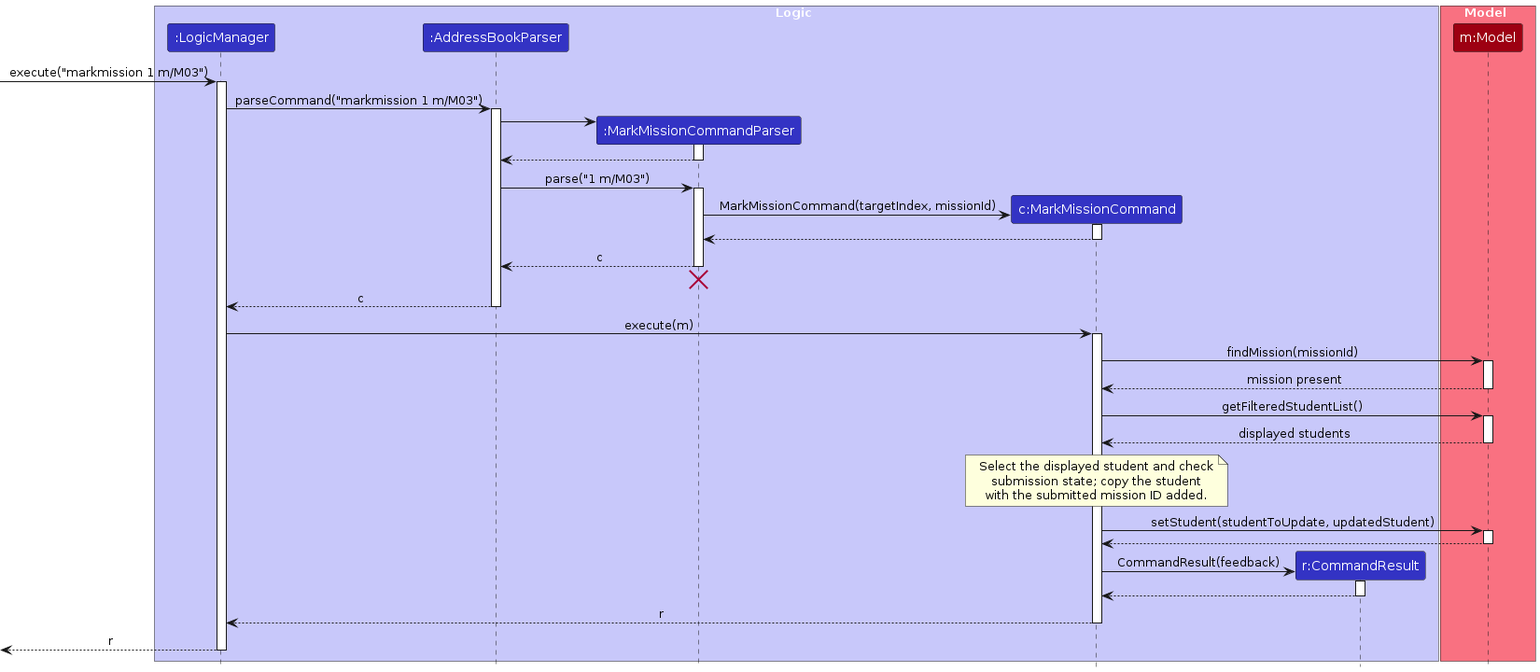
AY2627S1-CS2103T-F14a-1/tp keeps this PlantUML diagram as diagrams/MissionSubmissionSequenceDiagram.png. Above is the earlier version. Its source is kept beside it as diagrams/MissionSubmissionSequenceDiagram.puml. Its diagram source:
```plantuml
@startuml
!include style.puml
skinparam ArrowFontStyle plain
box Logic LOGIC_COLOR_T1
participant ":LogicManager" as L LOGIC_COLOR
participant ":AddressBookParser" as A LOGIC_COLOR
participant ":MarkMissionCommandParser" as P LOGIC_COLOR
participant "c:MarkMissionCommand" as C LOGIC_COLOR
participant "r:CommandResult" as R LOGIC_COLOR
end box
box Model MODEL_COLOR_T1
participant "m:Model" as M MODEL_COLOR
end box
[-> L : execute("markmission 1 m/M03")
activate L
L -> A : parseCommand("markmission 1 m/M03")
activate A
create P
A -> P
activate P
P --> A
deactivate P
A -> P : parse("1 m/M03")
activate P
create C
P -> C : MarkMissionCommand(targetIndex, missionId)
activate C
C --> P
deactivate C
P --> A : c
deactivate P
P -[hidden]-> A
destroy P
A --> L : c
deactivate A
L -> C : execute(m)
activate C
C -> M : findMission(missionId)
activate M
M --> C : mission present
deactivate M
C -> M : getFilteredStudentList()
activate M
M --> C : displayed students
deactivate M
note over C
  Select the displayed student and check
  submission state; copy the student
  with the submitted mission ID added.
end note
C -> M : setStudent(studentToUpdate, updatedStudent)
activate M
M --> C
deactivate M
create R
C -> R : CommandResult(feedback)
activate R
R --> C
deactivate R
C --> L : r
deactivate C
[<-- L : r
deactivate L
@enduml
```
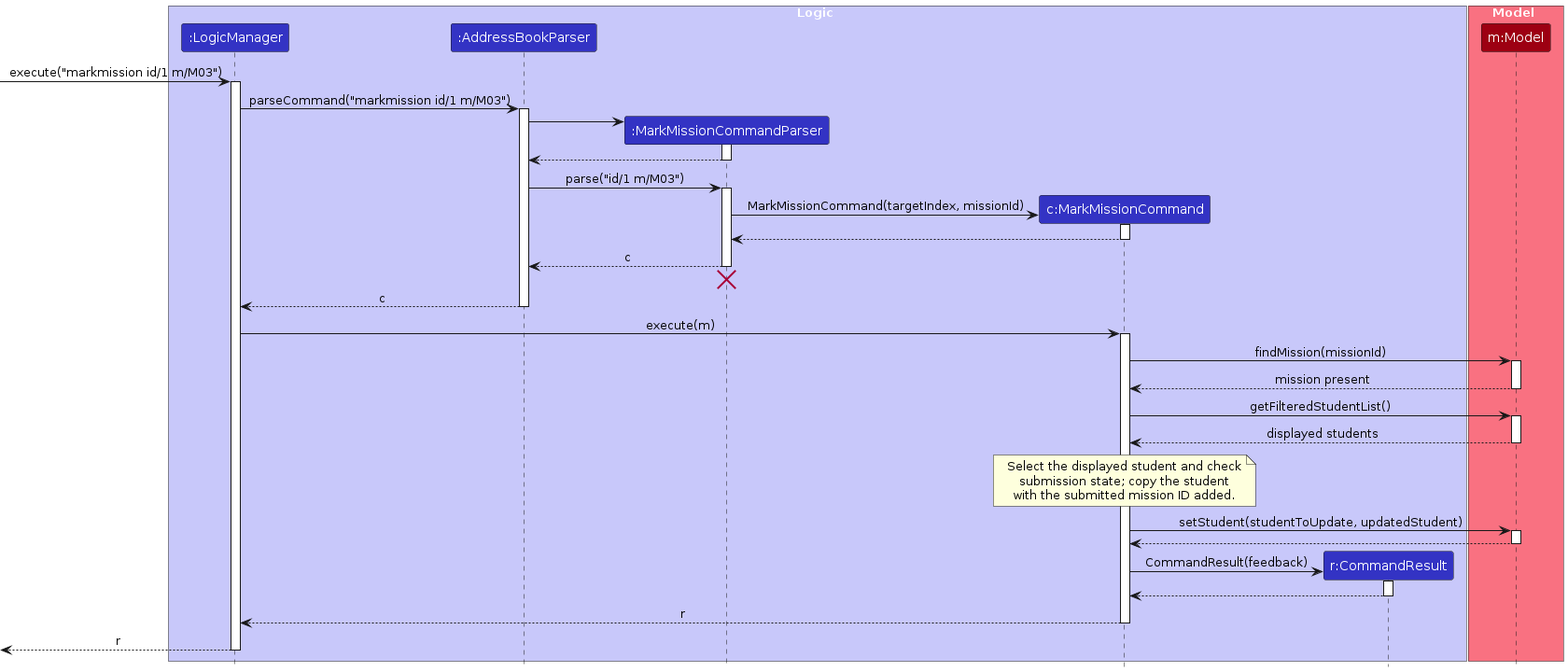
After the commit.

What changed in the source:
```diff
@@ -11,16 +11,16 @@
 box Model MODEL_COLOR_T1
 participant "m:Model" as M MODEL_COLOR
 end box
-[-> L : execute("markmission 1 m/M03")
+[-> L : execute("markmission id/1 m/M03")
 activate L
-L -> A : parseCommand("markmission 1 m/M03")
+L -> A : parseCommand("markmission id/1 m/M03")
 activate A
 create P
 A -> P
 activate P
 P --> A
 deactivate P
-A -> P : parse("1 m/M03")
+A -> P : parse("id/1 m/M03")
 activate P
 create C
 P -> C : MarkMissionCommand(targetIndex, missionId)
```
